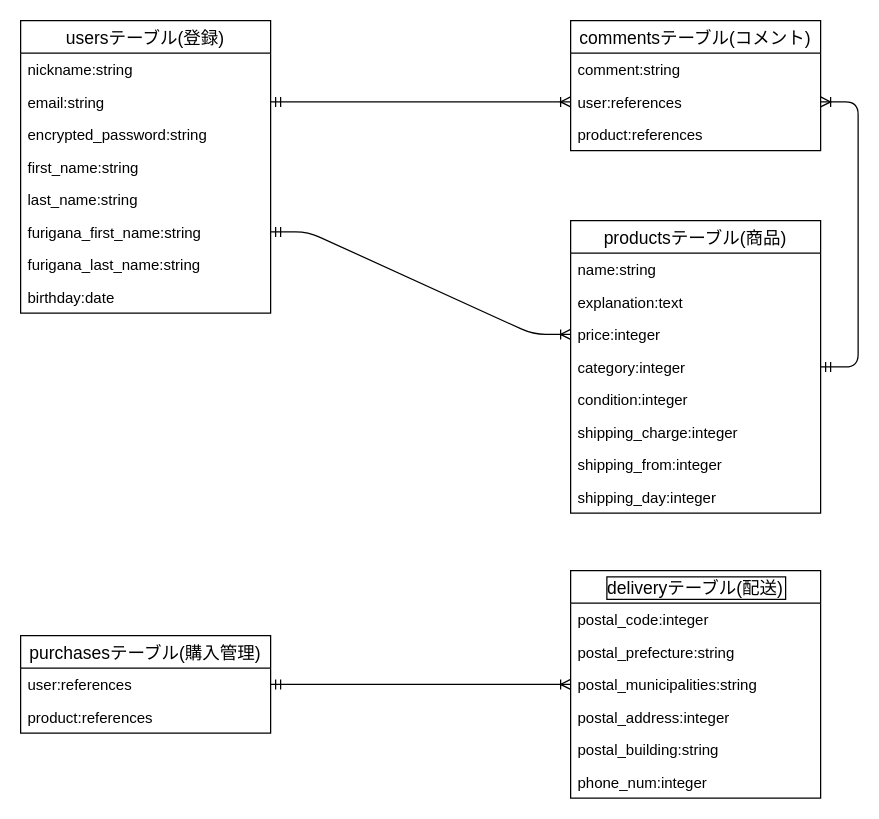
Above: furima-29386.drawio in Komatsuzaki1935/furima-29386 (draw.io), before the change. Source tidied: cells renumbered, new cells numbered last; positions are measured from the earlier drawing's top-left corner, leaving out a move shared by most shapes. Both pictures are drawn from the tidied source at 125%, with x=0, y=0 at pixel (20, 20).
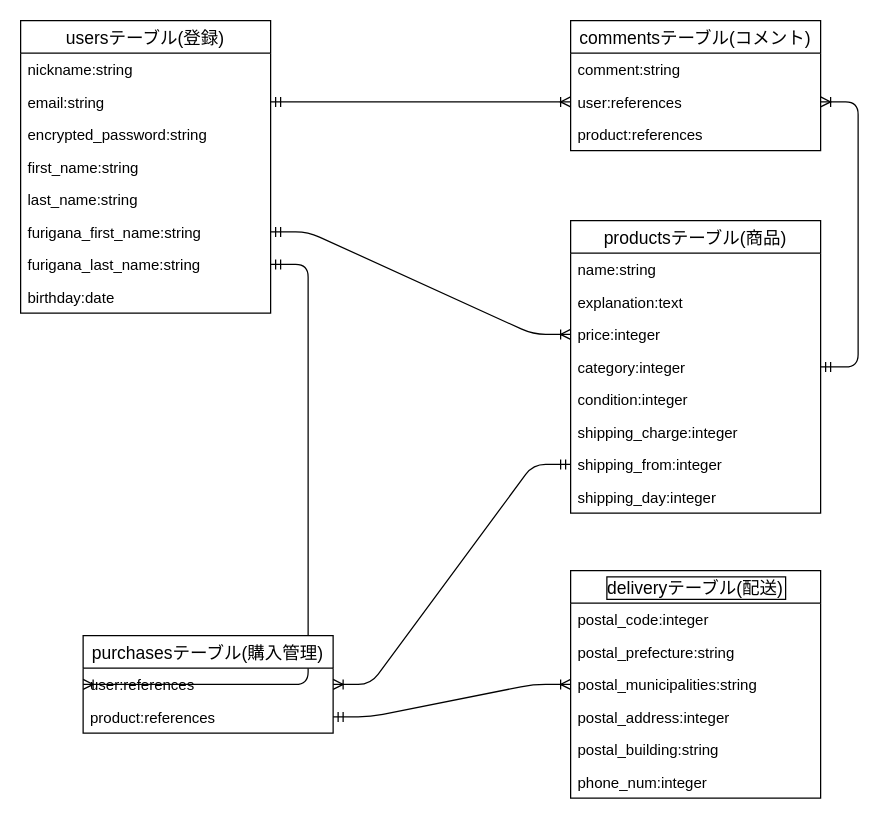
The same page after the edit.

Commit message (it also covers changes not shown here):
カラム名とアソシエーションの修正

Unchanged cells that the change refers to:
```xml
<mxCell id="12" value="furigana_last_name:string" style="text;strokeColor=none;fillColor=none;spacingLeft=4;spacingRight=4;overflow=hidden;points=[[0,0.5],[1,0.5]];portConstraint=eastwest;fontSize=12;" parent="5" vertex="1">
  <mxGeometry y="182" width="200" height="26" as="geometry" />
</mxCell>
<mxCell id="25" value="shipping_from:integer" style="text;strokeColor=none;fillColor=none;spacingLeft=4;spacingRight=4;overflow=hidden;points=[[0,0.5],[1,0.5]];portConstraint=eastwest;fontSize=12;" parent="18" vertex="1">
  <mxGeometry y="182" width="200" height="26" as="geometry" />
</mxCell>
<mxCell id="30" value="postal_municipalities:string" style="text;strokeColor=none;fillColor=none;spacingLeft=4;spacingRight=4;overflow=hidden;points=[[0,0.5],[1,0.5]];portConstraint=eastwest;fontSize=12;" parent="27" vertex="1">
  <mxGeometry y="78" width="200" height="26" as="geometry" />
</mxCell>
<mxCell id="35" value="user:references&#10;" style="text;strokeColor=none;fillColor=none;spacingLeft=4;spacingRight=4;overflow=hidden;points=[[0,0.5],[1,0.5]];portConstraint=eastwest;fontSize=12;" parent="34" vertex="1">
  <mxGeometry y="26" width="200" height="26" as="geometry" />
</mxCell>
<mxCell id="36" value="product:references" style="text;strokeColor=none;fillColor=none;spacingLeft=4;spacingRight=4;overflow=hidden;points=[[0,0.5],[1,0.5]];portConstraint=eastwest;fontSize=12;" parent="34" vertex="1">
  <mxGeometry y="52" width="200" height="26" as="geometry" />
</mxCell>
```

The edit, as a diff of the source:
```diff
@@
+    <mxCell id="37" style="edgeStyle=entityRelationEdgeStyle;fontSize=12;html=1;endArrow=ERoneToMany;startArrow=ERmandOne;" parent="1" edge="1" source="36" target="30">
+      <mxGeometry relative="1" as="geometry" />
+    </mxCell>
+    <mxCell id="38" style="edgeStyle=entityRelationEdgeStyle;fontSize=12;html=1;endArrow=ERoneToMany;startArrow=ERmandOne;entryX=0;entryY=0.5;entryDx=0;entryDy=0;" parent="1" edge="1" source="12" target="35">
+      <mxGeometry relative="1" as="geometry" />
+    </mxCell>
     <mxCell id="34" value="purchasesテーブル(購入管理)" style="swimlane;fontStyle=0;horizontal=1;startSize=26;align=center;fontSize=14;" parent="1" vertex="1">
-      <mxGeometry y="492" width="200" height="78" as="geometry" />
+      <mxGeometry x="50" y="492" width="200" height="78" as="geometry" />
     </mxCell>
@@
-    <mxCell id="37" style="edgeStyle=entityRelationEdgeStyle;fontSize=12;html=1;endArrow=ERoneToMany;startArrow=ERmandOne;" parent="1" edge="1" source="35" target="30">
-      <mxGeometry relative="1" as="geometry" />
-    </mxCell>
+    <mxCell id="39" style="edgeStyle=entityRelationEdgeStyle;fontSize=12;html=1;endArrow=ERoneToMany;startArrow=ERmandOne;" parent="1" edge="1" source="25" target="35">
+      <mxGeometry relative="1" as="geometry" />
+    </mxCell>
```
